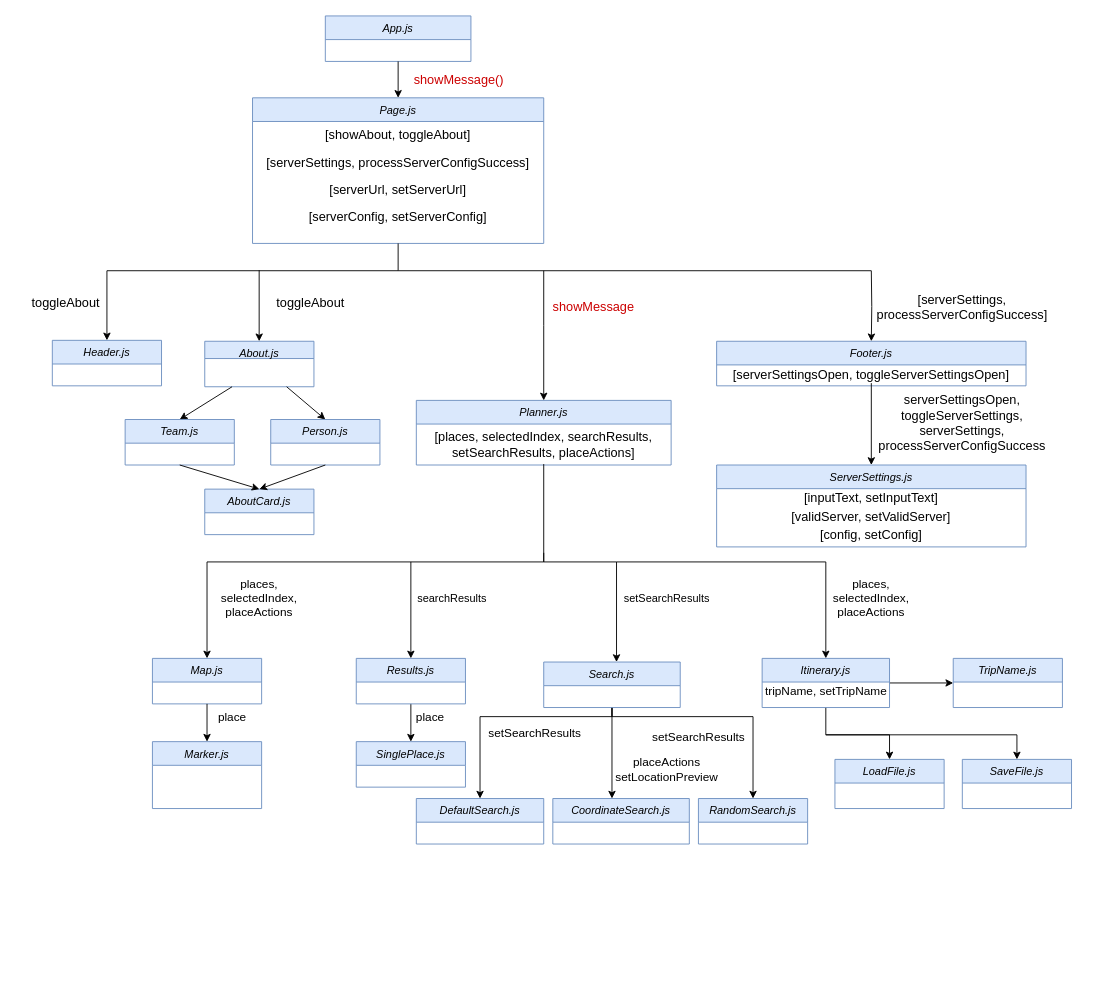
IliyanID/t25_Boat_Smarts keeps this draw.io diagram as reports/images/Components Diagram.drawio. Above is the earlier version. Source tidied: cells renumbered, new cells numbered last; positions are measured from the earlier drawing's top-left corner, leaving out a move shared by most shapes. Both pictures are drawn from the tidied source at 91%, with x=0, y=0 at pixel (15, 15).
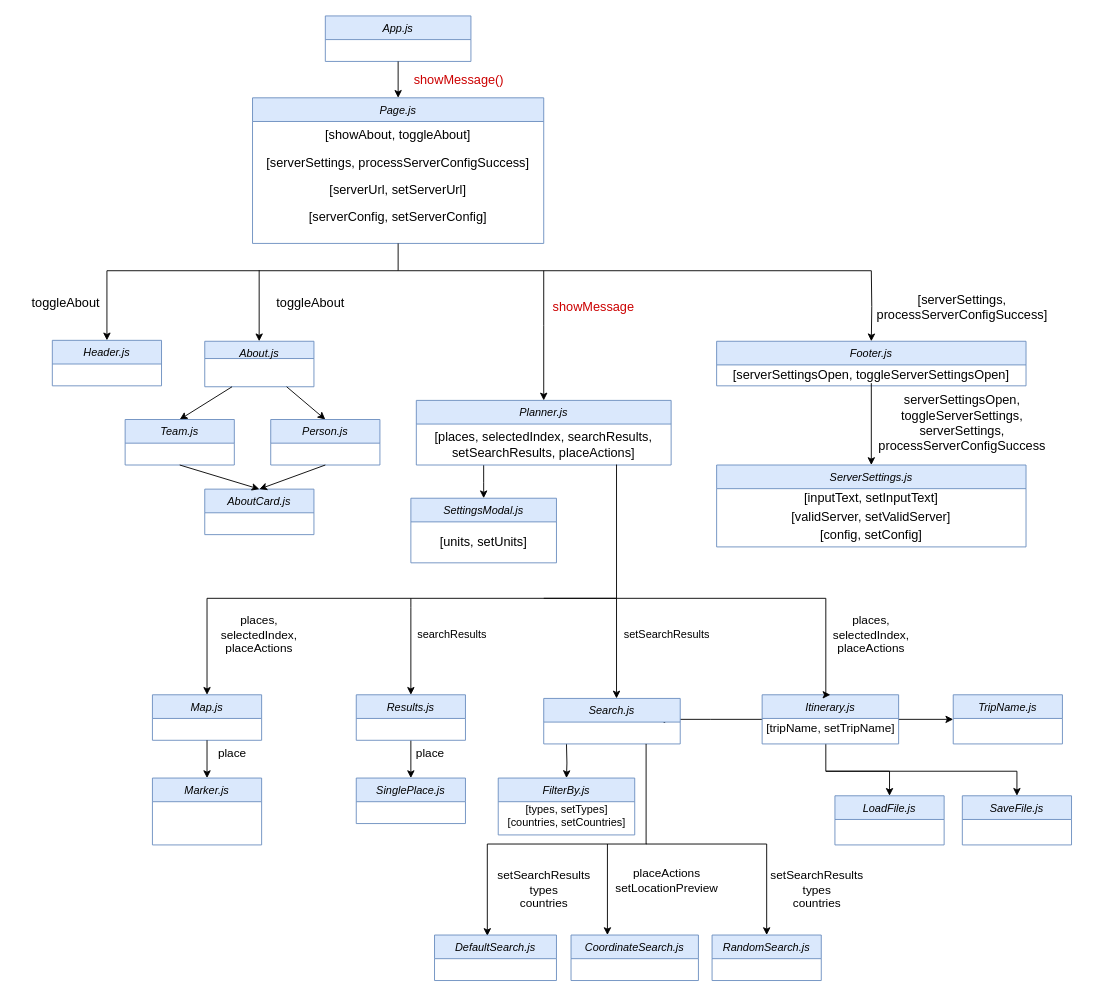
Above is the later version.

Unchanged cells that the change refers to:
```xml
<mxCell id="14" value="Planner.js&#10;" style="swimlane;fontStyle=2;align=center;verticalAlign=top;horizontal=1;startSize=26;rounded=0;shadow=0;strokeWidth=1;fillColor=#dae8fc;strokeColor=#6c8ebf;" parent="1" vertex="1">
  <mxGeometry x="440" y="422.5" width="280" height="71" as="geometry" />
</mxCell>
<mxCell id="15" value="[places, selectedIndex, searchResults, setSearchResults, placeActions]" style="text;html=1;strokeColor=none;fillColor=none;align=center;verticalAlign=middle;whiteSpace=wrap;rounded=0;fontSize=14;" parent="14" vertex="1">
  <mxGeometry y="26" width="280" height="44" as="geometry" />
</mxCell>
```

What changed in the source:
```diff
@@
+    <mxCell id="72" style="edgeStyle=orthogonalEdgeStyle;rounded=0;jettySize=auto;html=1;" parent="1" edge="1" source="14" target="76">
+      <mxGeometry relative="1" as="geometry">
+        <Array as="points">
+          <mxPoint x="514" y="513" />
+          <mxPoint x="514" y="513" />
+        </Array>
+      </mxGeometry>
+    </mxCell>
@@
     <mxCell id="20" value="Map.js" style="swimlane;fontStyle=2;align=center;verticalAlign=top;horizontal=1;startSize=26;rounded=0;shadow=0;strokeWidth=1;fillColor=#dae8fc;strokeColor=#6c8ebf;" parent="1" vertex="1">
-      <mxGeometry x="150" y="706" width="120" height="50" as="geometry" />
+      <mxGeometry x="150" y="746" width="120" height="50" as="geometry" />
     </mxCell>
     <mxCell id="21" value="Marker.js" style="swimlane;fontStyle=2;align=center;verticalAlign=top;horizontal=1;startSize=26;rounded=0;shadow=0;strokeWidth=1;fillColor=#dae8fc;strokeColor=#6c8ebf;" parent="1" vertex="1">
-      <mxGeometry x="150" y="797.5" width="120" height="73.5" as="geometry" />
+      <mxGeometry x="150" y="837.5" width="120" height="73.5" as="geometry" />
     </mxCell>
     <mxCell id="22" style="edgeStyle=orthogonalEdgeStyle;rounded=0;jettySize=auto;html=1;fontSize=13;entryX=0.5;entryY=0;entryDx=0;entryDy=0;" parent="1" edge="1" target="69">
       <mxGeometry relative="1" as="geometry">
-        <mxPoint x="890" y="790" as="sourcePoint" />
+        <mxPoint x="890" y="830" as="sourcePoint" />
         <Array as="points">
-          <mxPoint x="960" y="790" />
+          <mxPoint x="960" y="830" />
         </Array>
       </mxGeometry>
     </mxCell>
     <mxCell id="23" style="edgeStyle=orthogonalEdgeStyle;rounded=0;jettySize=auto;html=1;fontSize=13;" parent="1" edge="1" source="25" target="70">
       <mxGeometry relative="1" as="geometry">
         <Array as="points">
-          <mxPoint x="890" y="790" />
-          <mxPoint x="1100" y="790" />
+          <mxPoint x="890" y="830" />
+          <mxPoint x="1100" y="830" />
         </Array>
       </mxGeometry>
     </mxCell>
@@
+    <mxCell id="73" style="edgeStyle=orthogonalEdgeStyle;rounded=0;jettySize=auto;html=1;" parent="1" edge="1" source="25">
+      <mxGeometry relative="1" as="geometry">
+        <mxPoint x="705" y="773" as="targetPoint" />
+      </mxGeometry>
+    </mxCell>
     <mxCell id="25" value="Itinerary.js" style="swimlane;fontStyle=2;align=center;verticalAlign=top;horizontal=1;startSize=26;rounded=0;shadow=0;strokeWidth=1;fillColor=#dae8fc;strokeColor=#6c8ebf;" parent="1" vertex="1">
-      <mxGeometry x="820" y="706" width="140" height="54" as="geometry" />
+      <mxGeometry x="820" y="746" width="150" height="54" as="geometry" />
     </mxCell>
-    <mxCell id="26" value="tripName, setTripName" style="text;html=1;align=center;verticalAlign=middle;strokeColor=none;fillColor=none;fontSize=13;" parent="25" vertex="1">
-      <mxGeometry y="26" width="140" height="20" as="geometry" />
+    <mxCell id="26" value="[tripName, setTripName]" style="text;html=1;align=center;verticalAlign=middle;strokeColor=none;fillColor=none;fontSize=13;" parent="25" vertex="1">
+      <mxGeometry y="26" width="150" height="20" as="geometry" />
     </mxCell>
@@
     <mxCell id="32" value="places, &lt;br style=&quot;font-size: 13px;&quot;&gt;selectedIndex, placeActions" style="text;html=1;strokeColor=none;fillColor=none;align=center;verticalAlign=middle;whiteSpace=wrap;rounded=0;rotation=0;fontSize=13;" parent="1" vertex="1">
-      <mxGeometry x="195" y="630" width="145" height="20" as="geometry" />
+      <mxGeometry x="195" y="670" width="145" height="20" as="geometry" />
     </mxCell>
     <mxCell id="33" value="places, selectedIndex, placeActions" style="text;html=1;strokeColor=none;fillColor=none;align=center;verticalAlign=middle;whiteSpace=wrap;rounded=0;fontSize=13;" parent="1" vertex="1">
-      <mxGeometry x="910" y="630" width="60" height="20" as="geometry" />
+      <mxGeometry x="910" y="670" width="60" height="20" as="geometry" />
     </mxCell>
@@
     <mxCell id="42" value="place" style="text;html=1;strokeColor=none;fillColor=none;align=center;verticalAlign=middle;whiteSpace=wrap;rounded=0;fontSize=13;" parent="1" vertex="1">
-      <mxGeometry x="207.5" y="760" width="60" height="20" as="geometry" />
+      <mxGeometry x="207.5" y="800" width="60" height="20" as="geometry" />
     </mxCell>
-    <mxCell id="43" style="edgeStyle=orthogonalEdgeStyle;rounded=0;jettySize=auto;html=1;fontSize=13;entryX=0.5;entryY=0;entryDx=0;entryDy=0;" parent="1" edge="1" source="46" target="62">
-      <mxGeometry relative="1" as="geometry">
-        <Array as="points">
-          <mxPoint x="655" y="770" />
-          <mxPoint x="510" y="770" />
-        </Array>
-      </mxGeometry>
-    </mxCell>
-    <mxCell id="44" style="edgeStyle=orthogonalEdgeStyle;rounded=0;jettySize=auto;html=1;fontSize=13;" parent="1" edge="1" source="46" target="64">
-      <mxGeometry relative="1" as="geometry">
-        <Array as="points">
-          <mxPoint x="655" y="770" />
-          <mxPoint x="810" y="770" />
-        </Array>
-      </mxGeometry>
-    </mxCell>
-    <mxCell id="45" style="edgeStyle=orthogonalEdgeStyle;rounded=0;jettySize=auto;html=1;fontSize=13;" parent="1" edge="1" source="46">
-      <mxGeometry relative="1" as="geometry">
-        <mxPoint x="655" y="860" as="targetPoint" />
-        <Array as="points">
-          <mxPoint x="655" y="860" />
-        </Array>
-      </mxGeometry>
-    </mxCell>
+    <mxCell id="74" style="edgeStyle=orthogonalEdgeStyle;rounded=0;jettySize=auto;html=1;entryX=0.433;entryY=0.02;entryDx=0;entryDy=0;entryPerimeter=0;" parent="1" edge="1" target="62">
+      <mxGeometry relative="1" as="geometry">
+        <mxPoint x="693" y="910" as="sourcePoint" />
+        <Array as="points">
+          <mxPoint x="693" y="910" />
+          <mxPoint x="518" y="910" />
+        </Array>
+      </mxGeometry>
+    </mxCell>
+    <mxCell id="75" style="edgeStyle=orthogonalEdgeStyle;rounded=0;jettySize=auto;html=1;" parent="1" edge="1" target="79">
+      <mxGeometry relative="1" as="geometry">
+        <mxPoint x="605" y="800" as="sourcePoint" />
+      </mxGeometry>
+    </mxCell>
     <mxCell id="46" value="Search.js" style="swimlane;fontStyle=2;align=center;verticalAlign=top;horizontal=1;startSize=26;rounded=0;shadow=0;strokeWidth=1;fillColor=#dae8fc;strokeColor=#6c8ebf;" parent="1" vertex="1">
-      <mxGeometry x="580" y="710" width="150" height="50" as="geometry" />
+      <mxGeometry x="580" y="750" width="150" height="50" as="geometry" />
     </mxCell>
@@
     <mxCell id="48" value="Results.js" style="swimlane;fontStyle=2;align=center;verticalAlign=top;horizontal=1;startSize=26;rounded=0;shadow=0;strokeWidth=1;fillColor=#dae8fc;strokeColor=#6c8ebf;" parent="1" vertex="1">
-      <mxGeometry x="374" y="706" width="120" height="50" as="geometry" />
+      <mxGeometry x="374" y="746" width="120" height="50" as="geometry" />
     </mxCell>
     <mxCell id="49" value="setSearchResults" style="text;html=1;align=center;verticalAlign=middle;strokeColor=none;fillColor=none;" parent="1" vertex="1">
-      <mxGeometry x="660" y="630" width="110" height="20" as="geometry" />
+      <mxGeometry x="660" y="670" width="110" height="20" as="geometry" />
     </mxCell>
     <mxCell id="50" value="searchResults" style="text;html=1;align=center;verticalAlign=middle;strokeColor=none;fillColor=none;" parent="1" vertex="1">
-      <mxGeometry x="434" y="630" width="90" height="20" as="geometry" />
+      <mxGeometry x="434" y="670" width="90" height="20" as="geometry" />
     </mxCell>
@@
-    <mxCell id="54" style="edgeStyle=orthogonalEdgeStyle;rounded=0;jettySize=auto;html=1;entryX=0.5;entryY=0;entryDx=0;entryDy=0;fontSize=13;exitX=0.5;exitY=1;exitDx=0;exitDy=0;" parent="1" edge="1" source="15" target="20">
+    <mxCell id="54" style="edgeStyle=orthogonalEdgeStyle;rounded=0;jettySize=auto;html=1;entryX=0.5;entryY=0;entryDx=0;entryDy=0;fontSize=13;" parent="1" edge="1" target="20">
       <mxGeometry relative="1" as="geometry">
+        <mxPoint x="660" y="493" as="sourcePoint" />
         <Array as="points">
-          <mxPoint x="580" y="600" />
-          <mxPoint x="210" y="600" />
+          <mxPoint x="660" y="493" />
+          <mxPoint x="660" y="640" />
+          <mxPoint x="210" y="640" />
         </Array>
       </mxGeometry>
     </mxCell>
@@
     <mxCell id="57" style="endArrow=classic;html=1;rounded=0;fontSize=13;edgeStyle=orthogonalEdgeStyle;entryX=0.5;entryY=0;entryDx=0;entryDy=0;" parent="1" edge="1" target="48">
       <mxGeometry relative="1" as="geometry">
-        <mxPoint x="434" y="600" as="sourcePoint" />
+        <mxPoint x="434" y="640" as="sourcePoint" />
         <Array as="points">
-          <mxPoint x="434" y="610" />
+          <mxPoint x="434" y="650" />
         </Array>
       </mxGeometry>
     </mxCell>
     <mxCell id="58" style="endArrow=classic;html=1;rounded=0;fontSize=13;edgeStyle=orthogonalEdgeStyle;" parent="1" edge="1">
       <mxGeometry relative="1" as="geometry">
-        <mxPoint x="580" y="590" as="sourcePoint" />
-        <mxPoint x="660" y="710" as="targetPoint" />
+        <mxPoint x="580" y="640" as="sourcePoint" />
+        <mxPoint x="660" y="750" as="targetPoint" />
         <Array as="points">
-          <mxPoint x="580" y="600" />
-          <mxPoint x="660" y="600" />
-          <mxPoint x="660" y="710" />
+          <mxPoint x="580" y="640" />
+          <mxPoint x="660" y="640" />
+          <mxPoint x="660" y="750" />
         </Array>
       </mxGeometry>
     </mxCell>
     <mxCell id="59" style="endArrow=classic;html=1;rounded=0;fontSize=13;edgeStyle=orthogonalEdgeStyle;entryX=0.5;entryY=0;entryDx=0;entryDy=0;" parent="1" edge="1" target="25">
       <mxGeometry relative="1" as="geometry">
-        <mxPoint x="660" y="600" as="sourcePoint" />
+        <mxPoint x="660" y="640" as="sourcePoint" />
         <Array as="points">
-          <mxPoint x="890" y="600" />
+          <mxPoint x="890" y="640" />
         </Array>
       </mxGeometry>
     </mxCell>
@@
     <mxCell id="61" value="SinglePlace.js" style="swimlane;fontStyle=2;align=center;verticalAlign=top;horizontal=1;startSize=26;rounded=0;shadow=0;strokeWidth=1;fillColor=#dae8fc;strokeColor=#6c8ebf;" parent="1" vertex="1">
-      <mxGeometry x="374" y="797.5" width="120" height="50" as="geometry" />
+      <mxGeometry x="374" y="837.5" width="120" height="50" as="geometry" />
     </mxCell>
     <mxCell id="62" value="DefaultSearch.js" style="swimlane;fontStyle=2;align=center;verticalAlign=top;horizontal=1;startSize=26;rounded=0;shadow=0;strokeWidth=1;fillColor=#dae8fc;strokeColor=#6c8ebf;" parent="1" vertex="1">
-      <mxGeometry x="440" y="860" width="140" height="50" as="geometry" />
+      <mxGeometry x="460" y="1010" width="134" height="50" as="geometry" />
     </mxCell>
     <mxCell id="63" value="place" style="text;html=1;align=center;verticalAlign=middle;strokeColor=none;fillColor=none;fontSize=13;" parent="1" vertex="1">
-      <mxGeometry x="430" y="760" width="50" height="20" as="geometry" />
+      <mxGeometry x="430" y="800" width="50" height="20" as="geometry" />
     </mxCell>
     <mxCell id="64" value="RandomSearch.js" style="swimlane;fontStyle=2;align=center;verticalAlign=top;horizontal=1;startSize=26;rounded=0;shadow=0;strokeWidth=1;fillColor=#dae8fc;strokeColor=#6c8ebf;" parent="1" vertex="1">
-      <mxGeometry x="750" y="860" width="120" height="50" as="geometry" />
+      <mxGeometry x="765" y="1010" width="120" height="50" as="geometry" />
     </mxCell>
     <mxCell id="65" value="CoordinateSearch.js" style="swimlane;fontStyle=2;align=center;verticalAlign=top;horizontal=1;startSize=26;rounded=0;shadow=0;strokeWidth=1;fillColor=#dae8fc;strokeColor=#6c8ebf;" parent="1" vertex="1">
-      <mxGeometry x="590" y="860" width="150" height="50" as="geometry" />
+      <mxGeometry x="610" y="1010" width="140" height="50" as="geometry" />
     </mxCell>
-    <mxCell id="66" value="setSearchResults" style="text;html=1;align=center;verticalAlign=middle;strokeColor=none;fillColor=none;fontSize=13;" parent="1" vertex="1">
-      <mxGeometry x="690" y="782" width="120" height="20" as="geometry" />
+    <mxCell id="66" value="setSearchResults&lt;br&gt;types&lt;br&gt;countries" style="text;html=1;align=center;verticalAlign=middle;strokeColor=none;fillColor=none;fontSize=13;" parent="1" vertex="1">
+      <mxGeometry x="820" y="935" width="120" height="50" as="geometry" />
     </mxCell>
-    <mxCell id="67" value="setSearchResults" style="text;html=1;align=center;verticalAlign=middle;strokeColor=none;fillColor=none;fontSize=13;" parent="1" vertex="1">
-      <mxGeometry x="510" y="777.5" width="120" height="20" as="geometry" />
+    <mxCell id="67" value="setSearchResults&lt;br&gt;types&lt;br&gt;countries" style="text;html=1;align=center;verticalAlign=middle;strokeColor=none;fillColor=none;fontSize=13;" parent="1" vertex="1">
+      <mxGeometry x="520" y="935" width="120" height="50" as="geometry" />
     </mxCell>
     <mxCell id="68" value="placeActions&lt;br&gt;setLocationPreview" style="text;html=1;align=center;verticalAlign=middle;strokeColor=none;fillColor=none;fontSize=13;" parent="1" vertex="1">
-      <mxGeometry x="650" y="807.5" width="130" height="40" as="geometry" />
+      <mxGeometry x="650" y="930" width="130" height="40" as="geometry" />
     </mxCell>
     <mxCell id="69" value="LoadFile.js" style="swimlane;fontStyle=2;align=center;verticalAlign=top;horizontal=1;startSize=26;rounded=0;shadow=0;strokeWidth=1;fillColor=#dae8fc;strokeColor=#6c8ebf;" parent="1" vertex="1">
-      <mxGeometry x="900" y="817" width="120" height="54" as="geometry" />
+      <mxGeometry x="900" y="857" width="120" height="54" as="geometry" />
     </mxCell>
     <mxCell id="70" value="SaveFile.js" style="swimlane;fontStyle=2;align=center;verticalAlign=top;horizontal=1;startSize=26;rounded=0;shadow=0;strokeWidth=1;fillColor=#dae8fc;strokeColor=#6c8ebf;" parent="1" vertex="1">
-      <mxGeometry x="1040" y="817" width="120" height="54" as="geometry" />
+      <mxGeometry x="1040" y="857" width="120" height="54" as="geometry" />
     </mxCell>
     <mxCell id="71" value="TripName.js" style="swimlane;fontStyle=2;align=center;verticalAlign=top;horizontal=1;startSize=26;rounded=0;shadow=0;strokeWidth=1;fillColor=#dae8fc;strokeColor=#6c8ebf;" parent="1" vertex="1">
-      <mxGeometry x="1030" y="706" width="120" height="54" as="geometry" />
+      <mxGeometry x="1030" y="746" width="120" height="54" as="geometry" />
     </mxCell>
+    <mxCell id="76" value="SettingsModal.js" style="swimlane;fontStyle=2;align=center;verticalAlign=top;horizontal=1;startSize=26;rounded=0;shadow=0;strokeWidth=1;fillColor=#dae8fc;strokeColor=#6c8ebf;" parent="1" vertex="1">
+      <mxGeometry x="434" y="530" width="160" height="71" as="geometry" />
+    </mxCell>
+    <mxCell id="77" value="[units, setUnits]" style="text;html=1;strokeColor=none;fillColor=none;align=center;verticalAlign=middle;whiteSpace=wrap;rounded=0;fontSize=14;" parent="76" vertex="1">
+      <mxGeometry y="26" width="160" height="44" as="geometry" />
+    </mxCell>
+    <mxCell id="44" style="endArrow=classic;html=1;rounded=0;edgeStyle=orthogonalEdgeStyle;entryX=0.5;entryY=0;entryDx=0;entryDy=0;exitX=0.75;exitY=1;exitDx=0;exitDy=0;" parent="1" edge="1" source="46" target="64">
+      <mxGeometry relative="1" as="geometry">
+        <Array as="points">
+          <mxPoint x="693" y="910" />
+          <mxPoint x="825" y="910" />
+        </Array>
+      </mxGeometry>
+    </mxCell>
+    <mxCell id="78" style="endArrow=classic;html=1;rounded=0;edgeStyle=orthogonalEdgeStyle;" parent="1" edge="1" target="65">
+      <mxGeometry relative="1" as="geometry">
+        <mxPoint x="650" y="910" as="sourcePoint" />
+        <Array as="points">
+          <mxPoint x="650" y="910" />
+        </Array>
+      </mxGeometry>
+    </mxCell>
+    <mxCell id="79" value="FilterBy.js" style="swimlane;fontStyle=2;align=center;verticalAlign=top;horizontal=1;startSize=26;rounded=0;shadow=0;strokeWidth=1;fillColor=#dae8fc;strokeColor=#6c8ebf;" parent="1" vertex="1">
+      <mxGeometry x="530" y="837.5" width="150" height="62.5" as="geometry" />
+    </mxCell>
+    <mxCell id="80" value="[types, setTypes]&lt;br&gt;[countries, setCountries]" style="text;html=1;align=center;verticalAlign=middle;strokeColor=none;fillColor=none;" parent="79" vertex="1">
+      <mxGeometry y="26" width="150" height="30" as="geometry" />
+    </mxCell>
```
